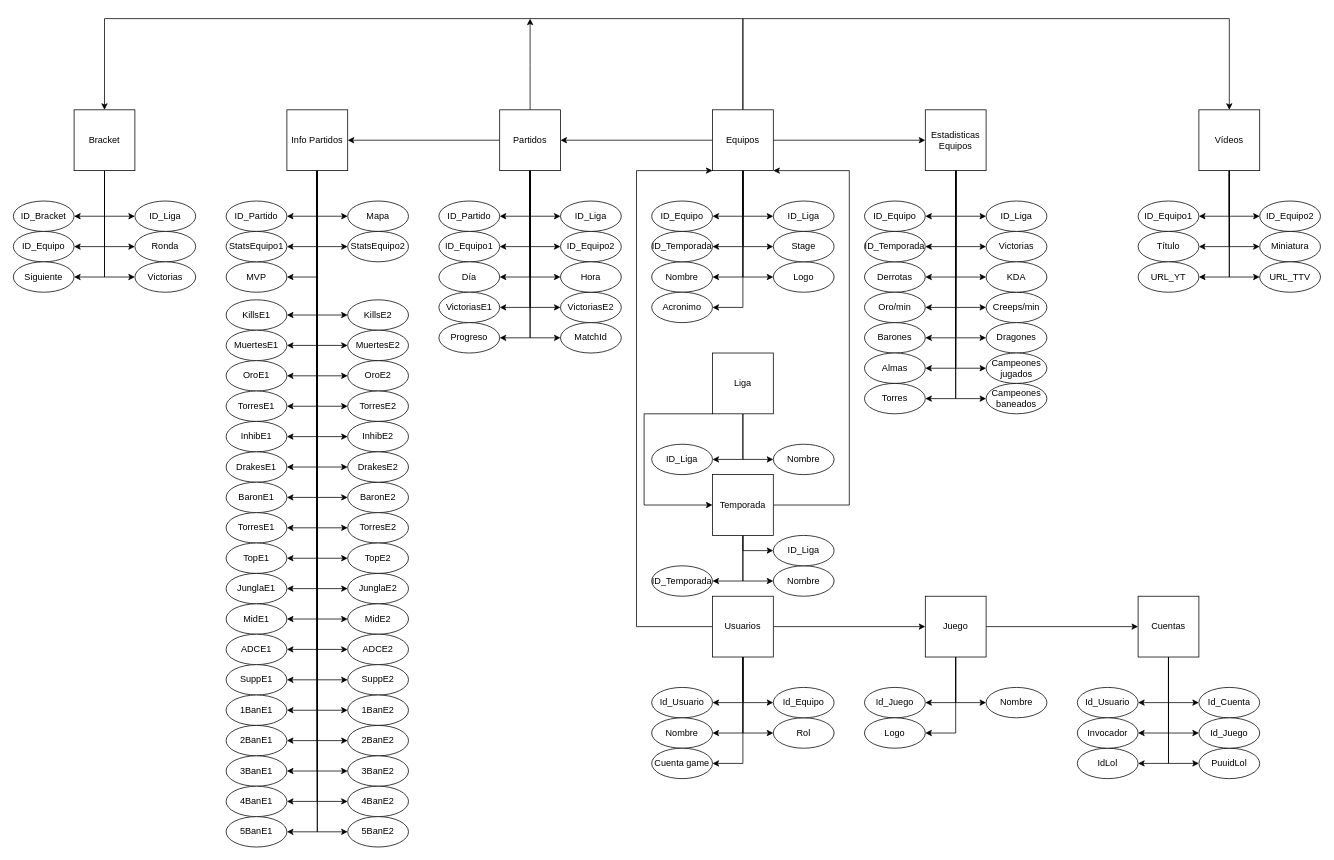
Before: Chaos.drawio in meeeww/chaos_server, a draw.io diagram. Source tidied: cells renumbered, new cells numbered last; positions are measured from the earlier drawing's top-left corner, leaving out a move shared by most shapes. Both pictures are drawn from the tidied source at 76%, with x=0, y=0 at pixel (13, 18).
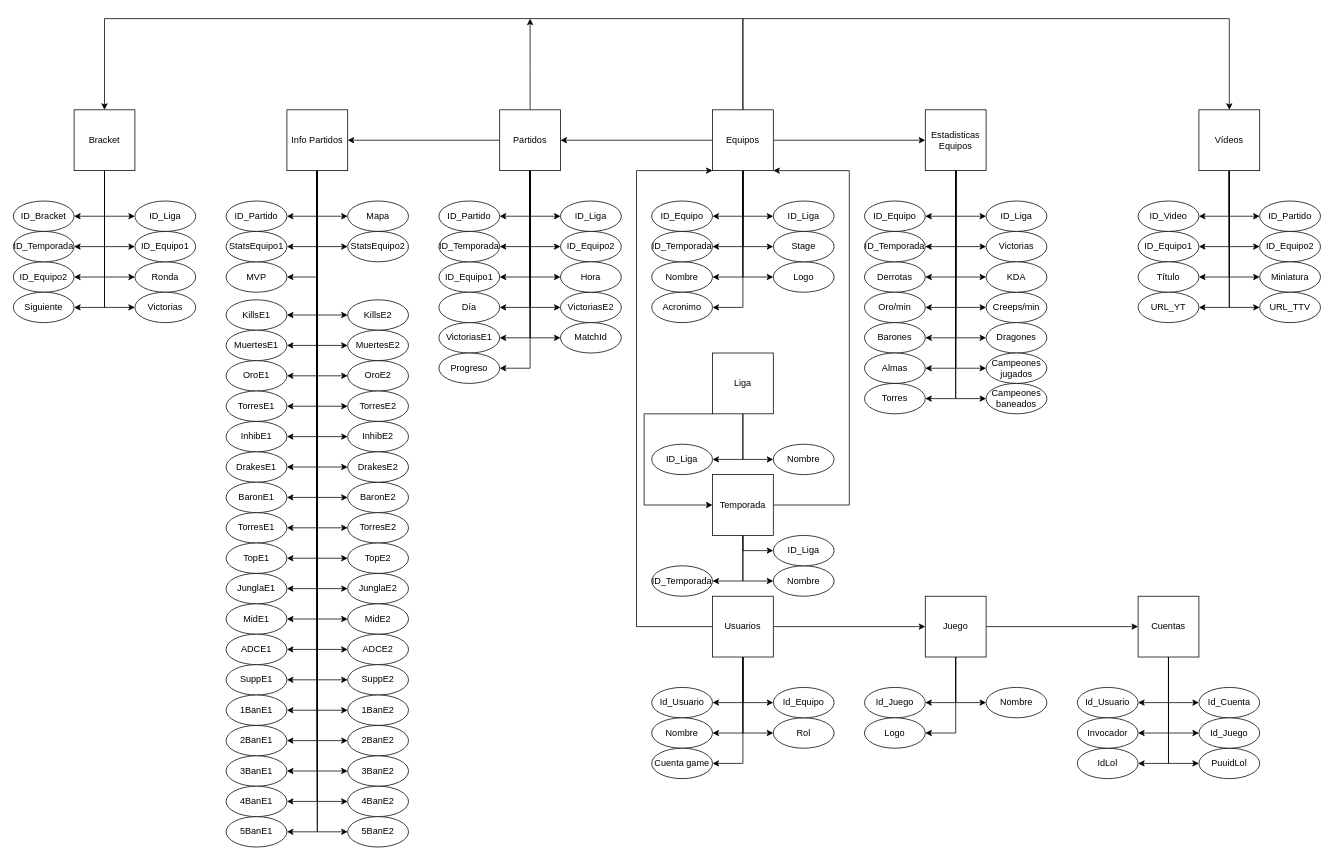
The same diagram, later.

Commit message:
Update con foreign keys

Unchanged cells that the change refers to:
```xml
<mxCell id="59" value="Partidos" style="whiteSpace=wrap;html=1;" parent="1" vertex="1">
  <mxGeometry x="640" y="120" width="80" height="80" as="geometry" />
</mxCell>
<mxCell id="157" value="Vídeos" style="whiteSpace=wrap;html=1;" parent="1" vertex="1">
  <mxGeometry x="1560" y="120" width="80" height="80" as="geometry" />
</mxCell>
<mxCell id="170" value="Bracket" style="whiteSpace=wrap;html=1;" parent="1" vertex="1">
  <mxGeometry x="80" y="120" width="80" height="80" as="geometry" />
</mxCell>
```

The edit, as a diff of the source:
```diff
@@
+    <mxCell id="230" style="edgeStyle=orthogonalEdgeStyle;rounded=0;jettySize=auto;html=1;entryX=1;entryY=0.5;entryDx=0;entryDy=0;" parent="1" edge="1" source="59" target="235">
+      <mxGeometry relative="1" as="geometry" />
+    </mxCell>
@@
     <mxCell id="60" value="ID_Equipo1" style="ellipse;whiteSpace=wrap;html=1;" parent="1" vertex="1">
-      <mxGeometry x="560" y="280" width="80" height="40" as="geometry" />
+      <mxGeometry x="560" y="320" width="80" height="40" as="geometry" />
     </mxCell>
@@
     <mxCell id="62" value="Día" style="ellipse;whiteSpace=wrap;html=1;" parent="1" vertex="1">
-      <mxGeometry x="560" y="320" width="80" height="40" as="geometry" />
+      <mxGeometry x="560" y="360" width="80" height="40" as="geometry" />
     </mxCell>
@@
     <mxCell id="64" value="VictoriasE1" style="ellipse;whiteSpace=wrap;html=1;" parent="1" vertex="1">
-      <mxGeometry x="560" y="360" width="80" height="40" as="geometry" />
+      <mxGeometry x="560" y="400" width="80" height="40" as="geometry" />
     </mxCell>
@@
     <mxCell id="66" value="Progreso" style="ellipse;whiteSpace=wrap;html=1;" parent="1" vertex="1">
-      <mxGeometry x="560" y="400" width="80" height="40" as="geometry" />
+      <mxGeometry x="560" y="440" width="80" height="40" as="geometry" />
     </mxCell>
@@
+    <mxCell id="231" style="edgeStyle=orthogonalEdgeStyle;rounded=0;jettySize=auto;html=1;entryX=1;entryY=0.5;entryDx=0;entryDy=0;" parent="1" edge="1" source="157" target="239">
+      <mxGeometry relative="1" as="geometry" />
+    </mxCell>
+    <mxCell id="232" style="edgeStyle=orthogonalEdgeStyle;rounded=0;jettySize=auto;html=1;entryX=0;entryY=0.5;entryDx=0;entryDy=0;" parent="1" edge="1" source="157" target="238">
+      <mxGeometry relative="1" as="geometry" />
+    </mxCell>
@@
     <mxCell id="158" value="ID_Equipo1" style="ellipse;whiteSpace=wrap;html=1;" parent="1" vertex="1">
-      <mxGeometry x="1480" y="240" width="80" height="40" as="geometry" />
+      <mxGeometry x="1480" y="280" width="80" height="40" as="geometry" />
     </mxCell>
     <mxCell id="159" value="ID_Equipo2" style="ellipse;whiteSpace=wrap;html=1;" parent="1" vertex="1">
-      <mxGeometry x="1640" y="240" width="80" height="40" as="geometry" />
+      <mxGeometry x="1640" y="280" width="80" height="40" as="geometry" />
     </mxCell>
     <mxCell id="160" value="Título" style="ellipse;whiteSpace=wrap;html=1;" parent="1" vertex="1">
-      <mxGeometry x="1480" y="280" width="80" height="40" as="geometry" />
+      <mxGeometry x="1480" y="320" width="80" height="40" as="geometry" />
     </mxCell>
     <mxCell id="161" value="Miniatura" style="ellipse;whiteSpace=wrap;html=1;" parent="1" vertex="1">
-      <mxGeometry x="1640" y="280" width="80" height="40" as="geometry" />
+      <mxGeometry x="1640" y="320" width="80" height="40" as="geometry" />
     </mxCell>
     <mxCell id="162" value="URL_YT" style="ellipse;whiteSpace=wrap;html=1;" parent="1" vertex="1">
-      <mxGeometry x="1480" y="320" width="80" height="40" as="geometry" />
+      <mxGeometry x="1480" y="360" width="80" height="40" as="geometry" />
     </mxCell>
     <mxCell id="163" value="URL_TTV" style="ellipse;whiteSpace=wrap;html=1;" parent="1" vertex="1">
-      <mxGeometry x="1640" y="320" width="80" height="40" as="geometry" />
+      <mxGeometry x="1640" y="360" width="80" height="40" as="geometry" />
     </mxCell>
@@
+    <mxCell id="233" style="edgeStyle=orthogonalEdgeStyle;rounded=0;jettySize=auto;html=1;entryX=1;entryY=0.5;entryDx=0;entryDy=0;" parent="1" edge="1" source="170" target="236">
+      <mxGeometry relative="1" as="geometry" />
+    </mxCell>
+    <mxCell id="234" style="edgeStyle=orthogonalEdgeStyle;rounded=0;jettySize=auto;html=1;entryX=0;entryY=0.5;entryDx=0;entryDy=0;" parent="1" edge="1" source="170" target="237">
+      <mxGeometry relative="1" as="geometry" />
+    </mxCell>
@@
     <mxCell id="171" value="Ronda" style="ellipse;whiteSpace=wrap;html=1;" parent="1" vertex="1">
-      <mxGeometry x="160" y="280" width="80" height="40" as="geometry" />
+      <mxGeometry x="160" y="320" width="80" height="40" as="geometry" />
     </mxCell>
-    <mxCell id="172" value="ID_Equipo" style="ellipse;whiteSpace=wrap;html=1;" parent="1" vertex="1">
-      <mxGeometry y="280" width="80" height="40" as="geometry" />
+    <mxCell id="172" value="ID_Equipo2" style="ellipse;whiteSpace=wrap;html=1;" parent="1" vertex="1">
+      <mxGeometry y="320" width="80" height="40" as="geometry" />
     </mxCell>
     <mxCell id="173" value="Siguiente" style="ellipse;whiteSpace=wrap;html=1;" parent="1" vertex="1">
-      <mxGeometry y="320" width="80" height="40" as="geometry" />
+      <mxGeometry y="360" width="80" height="40" as="geometry" />
     </mxCell>
     <mxCell id="174" value="Victorias" style="ellipse;whiteSpace=wrap;html=1;" parent="1" vertex="1">
-      <mxGeometry x="160" y="320" width="80" height="40" as="geometry" />
+      <mxGeometry x="160" y="360" width="80" height="40" as="geometry" />
     </mxCell>
@@
+    <mxCell id="235" value="ID_Temporada" style="ellipse;whiteSpace=wrap;html=1;" parent="1" vertex="1">
+      <mxGeometry x="560" y="280" width="80" height="40" as="geometry" />
+    </mxCell>
+    <mxCell id="236" value="ID_Temporada" style="ellipse;whiteSpace=wrap;html=1;" parent="1" vertex="1">
+      <mxGeometry y="280" width="80" height="40" as="geometry" />
+    </mxCell>
+    <mxCell id="237" value="ID_Equipo1" style="ellipse;whiteSpace=wrap;html=1;" parent="1" vertex="1">
+      <mxGeometry x="160" y="280" width="80" height="40" as="geometry" />
+    </mxCell>
+    <mxCell id="238" value="ID_Partido" style="ellipse;whiteSpace=wrap;html=1;" parent="1" vertex="1">
+      <mxGeometry x="1640" y="240" width="80" height="40" as="geometry" />
+    </mxCell>
+    <mxCell id="239" value="ID_Video" style="ellipse;whiteSpace=wrap;html=1;" parent="1" vertex="1">
+      <mxGeometry x="1480" y="240" width="80" height="40" as="geometry" />
+    </mxCell>
```
